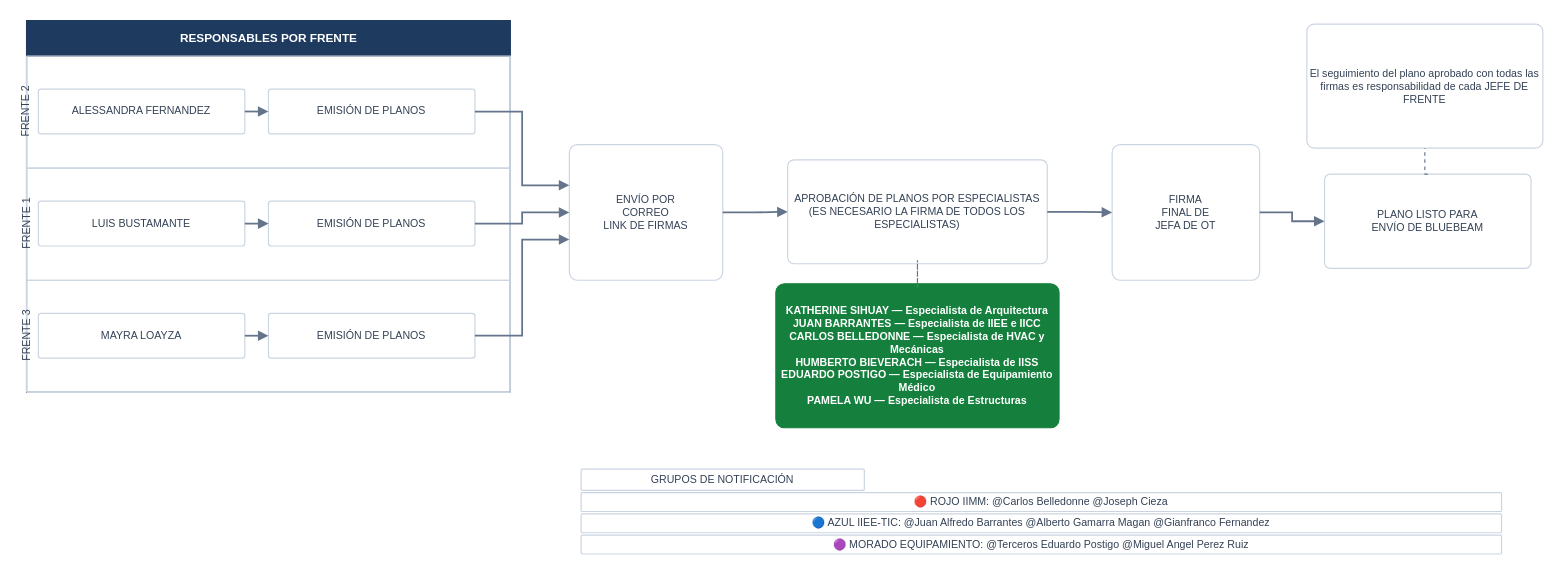
Before: flujogramas_v2/FS_Planos_THSSB.drawio in ehchavezm-hub/15-otazangaro, a draw.io diagram. Source tidied: cells renumbered, new cells numbered last; positions are measured from the earlier drawing's top-left corner, leaving out a move shared by most shapes. Both pictures are drawn from the tidied source at 118%, with x=0, y=0 at pixel (26, 20).
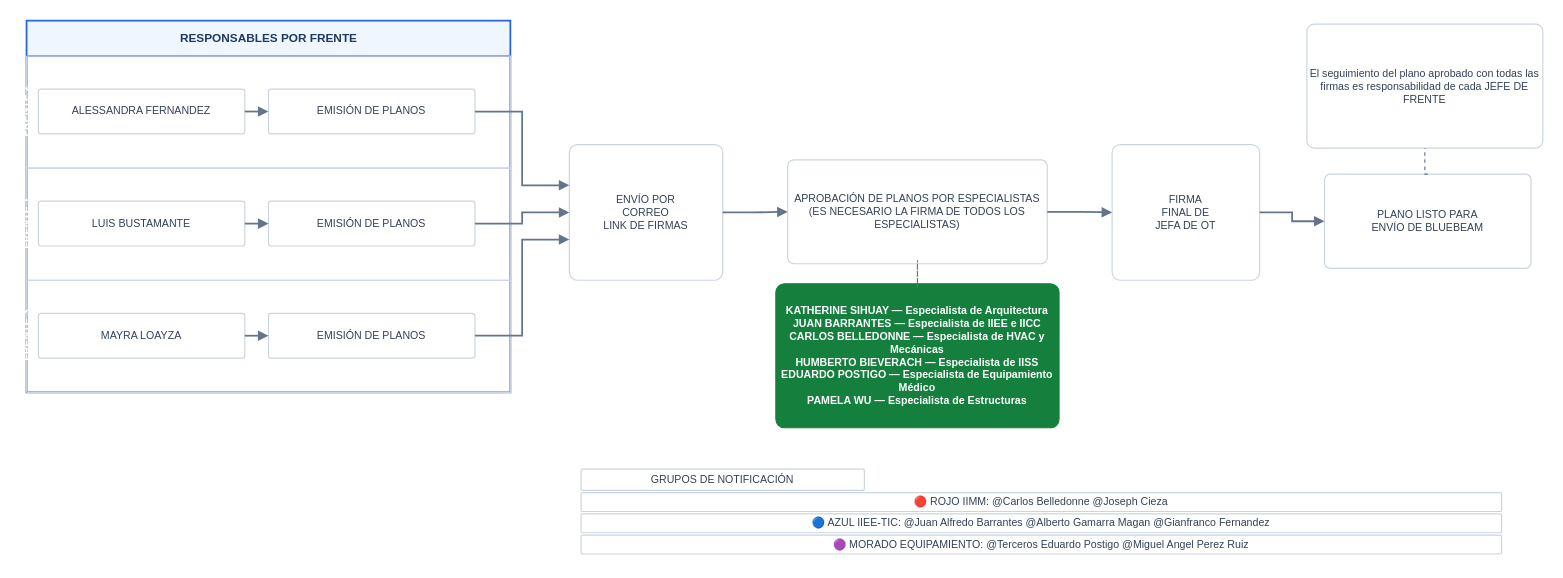
The same diagram, later.

The edit, as a diff of the source:
```diff
@@
-    <mxCell id="2" value="RESPONSABLES POR FRENTE" style="swimlane;startFill=1;startSize=30;html=1;fillColor=#1E3A5F;strokeColor=#1E3A5F;fontColor=#FFFFFF;fontFamily=Helvetica;fontSize=10;fontStyle=1;swimlaneLine=1;" parent="1" vertex="1">
+    <mxCell id="2" value="RESPONSABLES POR FRENTE" style="swimlane;startFill=0;startSize=30;html=1;swimlaneLine=1;fillColor=#F0F6FF;strokeColor=#2563EB;strokeWidth=1.5;fontColor=#1E3A5F;fontFamily=Helvetica;fontSize=10;fontStyle=1;" parent="1" vertex="1">
       <mxGeometry width="410" height="315" as="geometry" />
     </mxCell>
-    <mxCell id="3" value="FRENTE 2" style="swimlane;startFill=1;swimlaneLine=1;startSize=0;horizontal=0;html=1;fillColor=#F1F5F9;strokeColor=#CBD5E1;fontColor=#334155;fontFamily=Helvetica;fontSize=9;fontStyle=0;" parent="2" vertex="1">
+    <mxCell id="3" value="FRENTE 2" style="swimlane;startFill=1;swimlaneLine=1;startSize=0;horizontal=0;html=1;fillColor=#6B7280;strokeColor=#CBD5E1;fontColor=#FFFFFF;fontFamily=Helvetica;fontSize=9;fontStyle=1;" parent="2" vertex="1">
       <mxGeometry y="30" width="410" height="95" as="geometry" />
     </mxCell>
@@
-    <mxCell id="6" value="FRENTE 1" style="swimlane;startFill=1;swimlaneLine=1;startSize=0;horizontal=0;html=1;fillColor=#F1F5F9;strokeColor=#CBD5E1;fontColor=#334155;fontFamily=Helvetica;fontSize=9;fontStyle=0;" parent="2" vertex="1">
+    <mxCell id="6" value="FRENTE 1" style="swimlane;startFill=1;swimlaneLine=1;startSize=0;horizontal=0;html=1;fillColor=#6B7280;strokeColor=#CBD5E1;fontColor=#FFFFFF;fontFamily=Helvetica;fontSize=9;fontStyle=1;" parent="2" vertex="1">
       <mxGeometry y="125" width="410" height="95" as="geometry" />
     </mxCell>
@@
-    <mxCell id="9" value="FRENTE 3" style="swimlane;startFill=1;swimlaneLine=1;startSize=0;horizontal=0;html=1;fillColor=#F1F5F9;strokeColor=#CBD5E1;fontColor=#334155;fontFamily=Helvetica;fontSize=9;fontStyle=0;" parent="2" vertex="1">
+    <mxCell id="9" value="FRENTE 3" style="swimlane;startFill=1;swimlaneLine=1;startSize=0;horizontal=0;html=1;fillColor=#6B7280;strokeColor=#CBD5E1;fontColor=#FFFFFF;fontFamily=Helvetica;fontSize=9;fontStyle=1;" parent="2" vertex="1">
       <mxGeometry y="220" width="410" height="95" as="geometry" />
     </mxCell>
```
